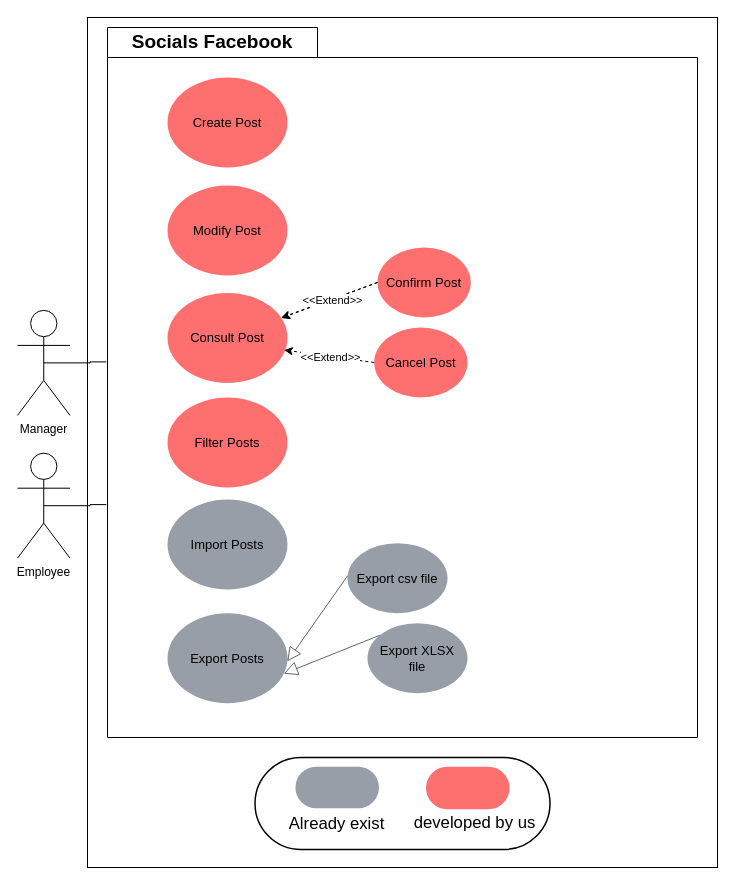
The draw.io diagram SocialFacebook.drawio in oarouay/CV, before the edit. Source tidied: cells renumbered, new cells numbered last; positions are measured from the earlier drawing's top-left corner, leaving out a move shared by most shapes. Both pictures are drawn from the tidied source at 100%, with x=0, y=0 at pixel (17, 17).
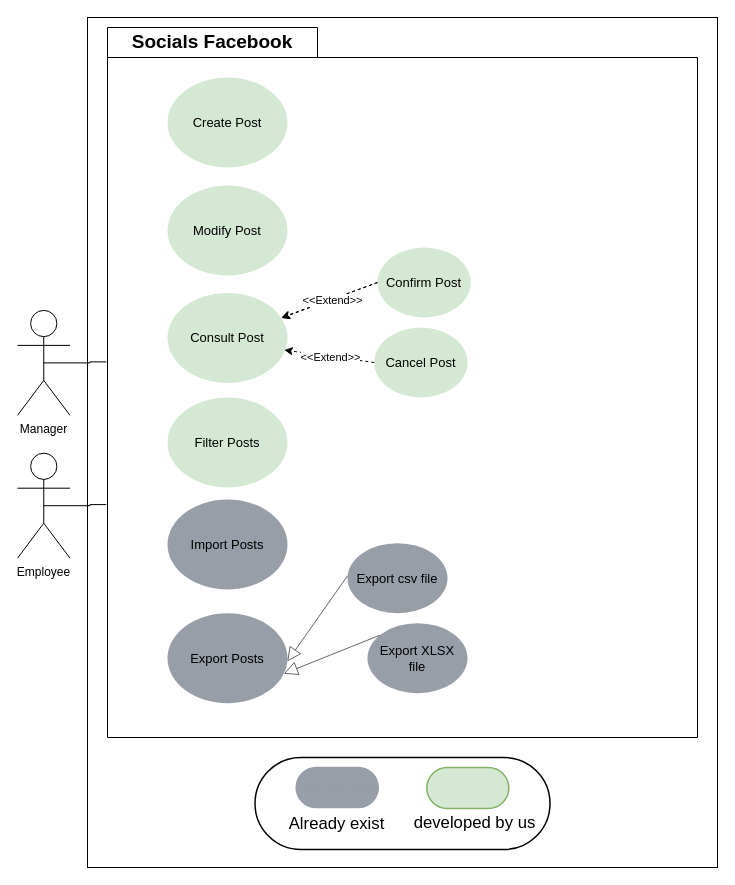
Above is the later version.

The change refers to these unchanged cells:
```xml
<mxCell id="26" style="group;" parent="1" vertex="1">
  <mxGeometry x="237.5" y="740" width="295" height="92" as="geometry" />
</mxCell>
```

The edit, as a diff of the source:
```diff
@@
-    <mxCell id="8" value="Modify Post" style="html=1;overflow=block;blockSpacing=1;whiteSpace=wrap;ellipse;fontSize=13;spacing=3.8;strokeOpacity=0;fillOpacity=100;rounded=1;absoluteArcSize=1;arcSize=9;fillColor=#fe7070;strokeWidth=1.5;lucidId=1yIeQ48BPR4-;" parent="1" vertex="1">
+    <mxCell id="8" value="Modify Post" style="html=1;overflow=block;blockSpacing=1;whiteSpace=wrap;ellipse;fontSize=13;spacing=3.8;strokeOpacity=0;fillOpacity=100;rounded=1;absoluteArcSize=1;arcSize=9;fillColor=#d5e8d4;strokeWidth=1.5;lucidId=1yIeQ48BPR4-;strokeColor=#82b366;" parent="1" vertex="1">
       <mxGeometry x="150" y="168" width="120" height="90" as="geometry" />
     </mxCell>
-    <mxCell id="9" value="Create Post" style="html=1;overflow=block;blockSpacing=1;whiteSpace=wrap;ellipse;fontSize=13;spacing=3.8;strokeOpacity=0;fillOpacity=100;rounded=1;absoluteArcSize=1;arcSize=9;fillColor=#fe7070;strokeWidth=1.5;lucidId=~xIeha3OeAVz;" parent="1" vertex="1">
+    <mxCell id="9" value="Create Post" style="html=1;overflow=block;blockSpacing=1;whiteSpace=wrap;ellipse;fontSize=13;spacing=3.8;strokeOpacity=0;fillOpacity=100;rounded=1;absoluteArcSize=1;arcSize=9;fillColor=#d5e8d4;strokeWidth=1.5;lucidId=~xIeha3OeAVz;strokeColor=#82b366;" parent="1" vertex="1">
       <mxGeometry x="150" y="60" width="120" height="90" as="geometry" />
     </mxCell>
@@
-    <mxCell id="13" value="Consult Post" style="html=1;overflow=block;blockSpacing=1;whiteSpace=wrap;ellipse;fontSize=13;spacing=3.8;strokeOpacity=0;fillOpacity=100;rounded=1;absoluteArcSize=1;arcSize=9;fillColor=#fe7070;strokeWidth=1.5;lucidId=1yIeQ48BPR4-;" parent="1" vertex="1">
+    <mxCell id="13" value="Consult Post" style="html=1;overflow=block;blockSpacing=1;whiteSpace=wrap;ellipse;fontSize=13;spacing=3.8;strokeOpacity=0;fillOpacity=100;rounded=1;absoluteArcSize=1;arcSize=9;fillColor=#d5e8d4;strokeWidth=1.5;lucidId=1yIeQ48BPR4-;strokeColor=#82b366;" parent="1" vertex="1">
       <mxGeometry x="150" y="275.4" width="120" height="90" as="geometry" />
     </mxCell>
@@
-    <mxCell id="17" value="Filter Posts" style="html=1;overflow=block;blockSpacing=1;whiteSpace=wrap;ellipse;fontSize=13;spacing=3.8;strokeOpacity=0;fillOpacity=100;rounded=1;absoluteArcSize=1;arcSize=9;fillColor=#fe7070;strokeWidth=1.5;lucidId=1yIeQ48BPR4-;" parent="1" vertex="1">
+    <mxCell id="17" value="Filter Posts" style="html=1;overflow=block;blockSpacing=1;whiteSpace=wrap;ellipse;fontSize=13;spacing=3.8;strokeOpacity=0;fillOpacity=100;rounded=1;absoluteArcSize=1;arcSize=9;fillColor=#d5e8d4;strokeWidth=1.5;lucidId=1yIeQ48BPR4-;strokeColor=#82b366;" parent="1" vertex="1">
       <mxGeometry x="150" y="380" width="120" height="90" as="geometry" />
     </mxCell>
@@
-    <mxCell id="20" value="Confirm Post" style="html=1;overflow=block;blockSpacing=1;whiteSpace=wrap;ellipse;fontSize=13;spacing=3.8;strokeOpacity=0;fillOpacity=100;rounded=1;absoluteArcSize=1;arcSize=9;fillColor=#fe7070;strokeWidth=1.5;lucidId=1yIeQ48BPR4-;" parent="1" vertex="1">
+    <mxCell id="20" value="Confirm Post" style="html=1;overflow=block;blockSpacing=1;whiteSpace=wrap;ellipse;fontSize=13;spacing=3.8;strokeOpacity=0;fillOpacity=100;rounded=1;absoluteArcSize=1;arcSize=9;fillColor=#d5e8d4;strokeWidth=1.5;lucidId=1yIeQ48BPR4-;strokeColor=#82b366;" parent="1" vertex="1">
       <mxGeometry x="360" y="230" width="93.3" height="70" as="geometry" />
     </mxCell>
-    <mxCell id="21" value="Cancel Post" style="html=1;overflow=block;blockSpacing=1;whiteSpace=wrap;ellipse;fontSize=13;spacing=3.8;strokeOpacity=0;fillOpacity=100;rounded=1;absoluteArcSize=1;arcSize=9;fillColor=#fe7070;strokeWidth=1.5;lucidId=1yIeQ48BPR4-;" parent="1" vertex="1">
+    <mxCell id="21" value="Cancel Post" style="html=1;overflow=block;blockSpacing=1;whiteSpace=wrap;ellipse;fontSize=13;spacing=3.8;strokeOpacity=0;fillOpacity=100;rounded=1;absoluteArcSize=1;arcSize=9;fillColor=#d5e8d4;strokeWidth=1.5;lucidId=1yIeQ48BPR4-;strokeColor=#82b366;" parent="1" vertex="1">
       <mxGeometry x="356.7" y="310" width="93.3" height="70" as="geometry" />
     </mxCell>
@@
-    <mxCell id="29" style="html=1;overflow=block;blockSpacing=1;whiteSpace=wrap;fontSize=16.7;fontColor=default;spacing=3.8;strokeColor=#fe7070;strokeOpacity=100;fillOpacity=100;rounded=1;absoluteArcSize=1;arcSize=82;fillColor=#fe7070;strokeWidth=1.5;lucidId=SHtdkWkZQMI-;" parent="26" vertex="1">
+    <mxCell id="29" style="html=1;overflow=block;blockSpacing=1;whiteSpace=wrap;fontSize=16.7;spacing=3.8;strokeColor=#82b366;strokeOpacity=100;fillOpacity=100;rounded=1;absoluteArcSize=1;arcSize=82;fillColor=#d5e8d4;strokeWidth=1.5;lucidId=SHtdkWkZQMI-;" parent="26" vertex="1">
       <mxGeometry x="171.8" y="10" width="82" height="41" as="geometry" />
     </mxCell>
```
